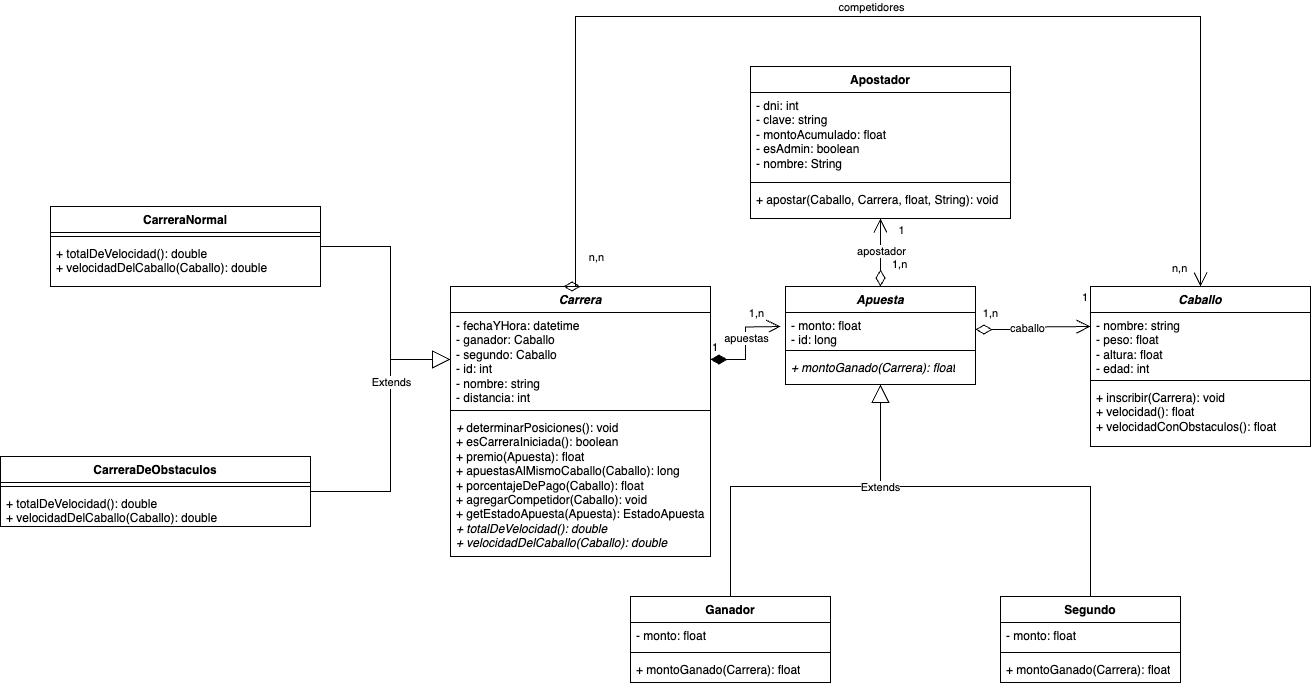
This is documentacion/diagrama-de-clases.png from lucasljm2001/tecnicas-avanzadas-de-programacion, a draw.io export, as it was before one commit. Source tidied: cells renumbered, new cells last; positions are measured from the earlier drawing's top-left corner, leaving out a move shared by most shapes.
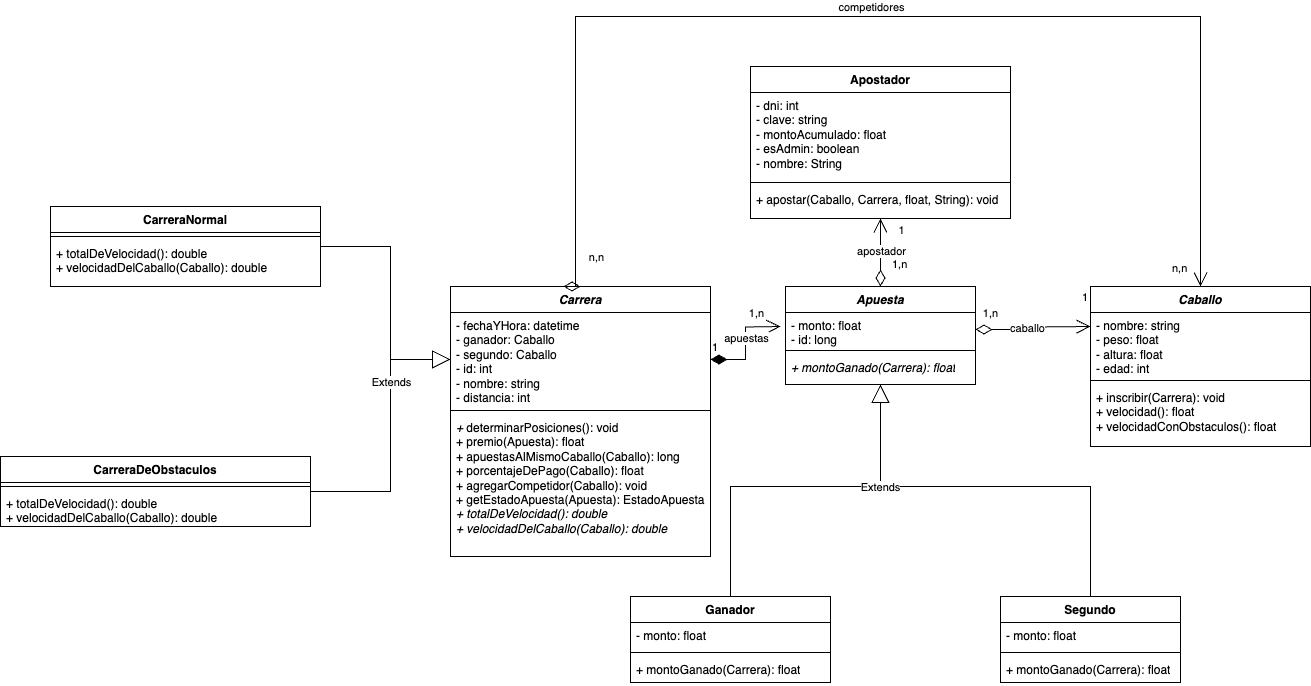
Later version of the same file.

Commit message:
Actualizo diagrama

The edit, as a diff of the source:
```diff
@@ -11,7 +11,7 @@
     <mxCell id="4" style="line;strokeWidth=1;fillColor=none;align=left;verticalAlign=middle;spacingTop=-1;spacingLeft=3;spacingRight=3;labelPosition=right;strokeColor=inherit;" parent="2" vertex="1">
       <mxGeometry y="120" width="260" height="8" as="geometry" />
     </mxCell>
-    <mxCell id="5" value="&lt;i&gt;+ &lt;/i&gt;determinarPosiciones(): void&lt;div&gt;&lt;span style=&quot;background-color: initial;&quot;&gt;+ esCarreraIniciada(): boolean&lt;/span&gt;&lt;br&gt;&lt;/div&gt;&lt;div&gt;&lt;span style=&quot;background-color: initial;&quot;&gt;+ premio(Apuesta): float&lt;/span&gt;&lt;/div&gt;&lt;div&gt;&lt;span style=&quot;background-color: initial;&quot;&gt;+ apuestasAlMismoCaballo(Caballo): long&lt;/span&gt;&lt;/div&gt;&lt;div&gt;&lt;span style=&quot;background-color: initial;&quot;&gt;+ porcentajeDePago(Caballo): float&lt;/span&gt;&lt;/div&gt;&lt;div&gt;&lt;span style=&quot;background-color: initial;&quot;&gt;+ agregarCompetidor(Caballo): void&lt;/span&gt;&lt;/div&gt;&lt;div&gt;&lt;span style=&quot;background-color: initial;&quot;&gt;+ getEstadoApuesta(Apuesta): EstadoApuesta&lt;/span&gt;&lt;/div&gt;&lt;div&gt;&lt;span style=&quot;background-color: initial;&quot;&gt;&lt;i&gt;+ totalDeVelocidad(): double&lt;/i&gt;&lt;/span&gt;&lt;/div&gt;&lt;div&gt;&lt;span style=&quot;background-color: initial;&quot;&gt;&lt;i&gt;+ velocidadDelCaballo(Caballo): double&lt;/i&gt;&lt;/span&gt;&lt;/div&gt;" style="text;strokeColor=none;fillColor=none;align=left;verticalAlign=top;spacingLeft=4;spacingRight=4;overflow=hidden;whiteSpace=wrap;html=1;" parent="2" vertex="1">
+    <mxCell id="5" value="&lt;i&gt;+ &lt;/i&gt;determinarPosiciones(): void&lt;div&gt;&lt;span style=&quot;background-color: initial;&quot;&gt;+ premio(Apuesta): float&lt;/span&gt;&lt;/div&gt;&lt;div&gt;&lt;span style=&quot;background-color: initial;&quot;&gt;+ apuestasAlMismoCaballo(Caballo): long&lt;/span&gt;&lt;/div&gt;&lt;div&gt;&lt;span style=&quot;background-color: initial;&quot;&gt;+ porcentajeDePago(Caballo): float&lt;/span&gt;&lt;/div&gt;&lt;div&gt;&lt;span style=&quot;background-color: initial;&quot;&gt;+ agregarCompetidor(Caballo): void&lt;/span&gt;&lt;/div&gt;&lt;div&gt;&lt;span style=&quot;background-color: initial;&quot;&gt;+ getEstadoApuesta(Apuesta): EstadoApuesta&lt;/span&gt;&lt;/div&gt;&lt;div&gt;&lt;span style=&quot;background-color: initial;&quot;&gt;&lt;i&gt;+ totalDeVelocidad(): double&lt;/i&gt;&lt;/span&gt;&lt;/div&gt;&lt;div&gt;&lt;span style=&quot;background-color: initial;&quot;&gt;&lt;i&gt;+ velocidadDelCaballo(Caballo): double&lt;/i&gt;&lt;/span&gt;&lt;/div&gt;" style="text;strokeColor=none;fillColor=none;align=left;verticalAlign=top;spacingLeft=4;spacingRight=4;overflow=hidden;whiteSpace=wrap;html=1;" parent="2" vertex="1">
       <mxGeometry y="128" width="260" height="142" as="geometry" />
     </mxCell>
     <mxCell id="6" value="&lt;i&gt;Apuesta&lt;/i&gt;" style="swimlane;fontStyle=1;align=center;verticalAlign=top;horizontal=1;startSize=26;whiteSpace=wrap;html=1;" parent="1" vertex="1">
```
